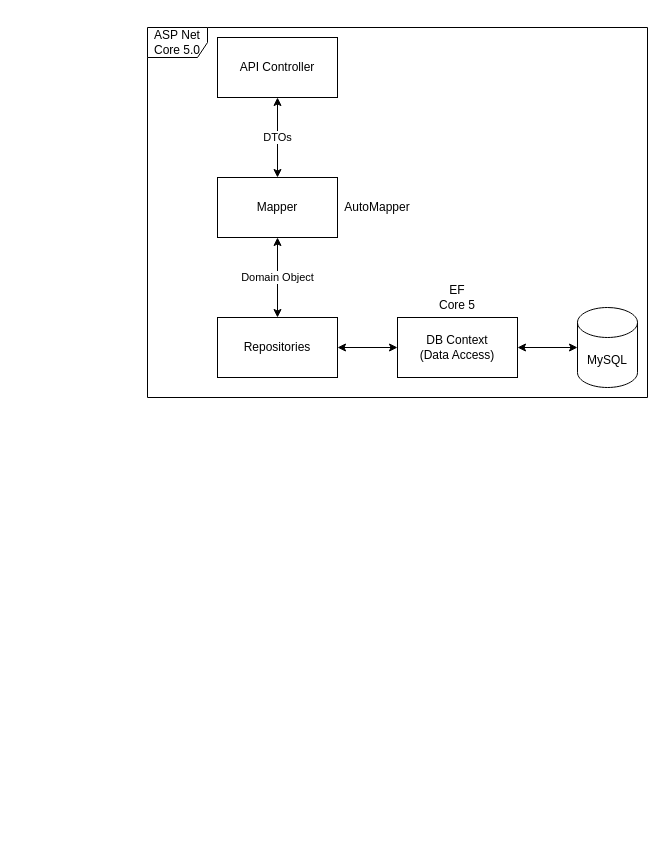
Earlier version of the draw.io diagram Diagram/Architecture Diagram.drawio (ryusu777/dodo-app). Source tidied: cells renumbered, new cells numbered last; positions are measured from the earlier drawing's top-left corner, leaving out a move shared by most shapes. Both pictures are drawn from the tidied source at 100%, with x=0, y=0 at pixel (147, 27).
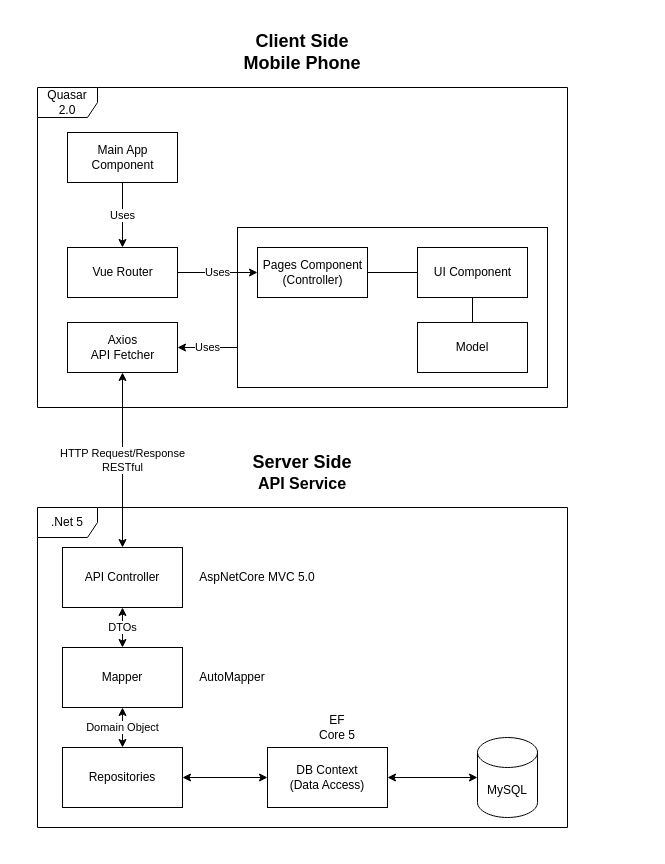
After the change.

Commit message (it also covers changes not shown here):
Diagram for assignment submission

What changed in the source:
```diff
@@
+    <mxCell id="14" style="rounded=0;whiteSpace=wrap;html=1;strokeColor=none;" parent="1" vertex="1">
+      <mxGeometry x="-130" y="-10" width="570" height="830" as="geometry" />
+    </mxCell>
+    <mxCell id="15" value="Quasar 2.0" style="shape=umlFrame;whiteSpace=wrap;html=1;" parent="1" vertex="1">
+      <mxGeometry x="-110" y="60" width="530" height="320" as="geometry" />
+    </mxCell>
+    <mxCell id="16" style="rounded=0;whiteSpace=wrap;html=1;" parent="1" vertex="1">
+      <mxGeometry x="90" y="200" width="310" height="160" as="geometry" />
+    </mxCell>
-    <mxCell id="2" value="ASP Net Core 5.0" style="shape=umlFrame;whiteSpace=wrap;html=1;" parent="1" vertex="1">
-      <mxGeometry width="500" height="370" as="geometry" />
+    <mxCell id="2" value=".Net 5" style="shape=umlFrame;whiteSpace=wrap;html=1;" parent="1" vertex="1">
+      <mxGeometry x="-110" y="480" width="530" height="320" as="geometry" />
     </mxCell>
     <mxCell id="3" value="API Controller" style="rounded=0;whiteSpace=wrap;html=1;" parent="1" vertex="1">
-      <mxGeometry x="70" y="10" width="120" height="60" as="geometry" />
+      <mxGeometry x="-85" y="520" width="120" height="60" as="geometry" />
     </mxCell>
     <mxCell id="4" value="Repositories" style="rounded=0;whiteSpace=wrap;html=1;" parent="1" vertex="1">
-      <mxGeometry x="70" y="290" width="120" height="60" as="geometry" />
+      <mxGeometry x="-85" y="720" width="120" height="60" as="geometry" />
     </mxCell>
     <mxCell id="5" value="DB Context&lt;br&gt;(Data Access)" style="rounded=0;whiteSpace=wrap;html=1;" parent="1" vertex="1">
-      <mxGeometry x="250" y="290" width="120" height="60" as="geometry" />
+      <mxGeometry x="120" y="720" width="120" height="60" as="geometry" />
     </mxCell>
     <mxCell id="6" value="MySQL" style="shape=cylinder3;whiteSpace=wrap;html=1;boundedLbl=1;backgroundOutline=1;size=15;" parent="1" vertex="1">
-      <mxGeometry x="430" y="280" width="60" height="80" as="geometry" />
+      <mxGeometry x="330" y="710" width="60" height="80" as="geometry" />
     </mxCell>
@@
     <mxCell id="9" value="Mapper" style="rounded=0;whiteSpace=wrap;html=1;" parent="1" vertex="1">
-      <mxGeometry x="70" y="150" width="120" height="60" as="geometry" />
+      <mxGeometry x="-85" y="620" width="120" height="60" as="geometry" />
     </mxCell>
@@
     <mxCell id="12" value="EF Core 5" style="text;html=1;strokeColor=none;fillColor=none;align=center;verticalAlign=middle;whiteSpace=wrap;rounded=0;" parent="1" vertex="1">
-      <mxGeometry x="290" y="260" width="40" height="20" as="geometry" />
+      <mxGeometry x="170" y="690" width="40" height="20" as="geometry" />
     </mxCell>
     <mxCell id="13" value="AutoMapper" style="text;html=1;strokeColor=none;fillColor=none;align=center;verticalAlign=middle;whiteSpace=wrap;rounded=0;" parent="1" vertex="1">
-      <mxGeometry x="210" y="170" width="40" height="20" as="geometry" />
+      <mxGeometry x="50" y="640" width="70" height="20" as="geometry" />
     </mxCell>
+    <mxCell id="17" value="AspNetCore MVC 5.0" style="text;html=1;strokeColor=none;fillColor=none;align=center;verticalAlign=middle;whiteSpace=wrap;rounded=0;" parent="1" vertex="1">
+      <mxGeometry x="50" y="540" width="120" height="20" as="geometry" />
+    </mxCell>
+    <mxCell id="18" value="Main App &lt;br&gt;Component" style="html=1;" parent="1" vertex="1">
+      <mxGeometry x="-80" y="105" width="110" height="50" as="geometry" />
+    </mxCell>
+    <mxCell id="19" value="Axios&lt;br&gt;API Fetcher" style="html=1;" parent="1" vertex="1">
+      <mxGeometry x="-80" y="295" width="110" height="50" as="geometry" />
+    </mxCell>
+    <mxCell id="20" value="Vue Router" style="html=1;" parent="1" vertex="1">
+      <mxGeometry x="-80" y="220" width="110" height="50" as="geometry" />
+    </mxCell>
+    <mxCell id="21" value="Pages Component&lt;br&gt;(Controller)" style="html=1;" parent="1" vertex="1">
+      <mxGeometry x="110" y="220" width="110" height="50" as="geometry" />
+    </mxCell>
+    <mxCell id="22" value="Uses" style="endArrow=classic;html=1;" parent="1" edge="1" source="18" target="20">
+      <mxGeometry relative="1" as="geometry" />
+    </mxCell>
+    <mxCell id="23" value="Uses" style="endArrow=classic;html=1;" parent="1" edge="1" source="20" target="21">
+      <mxGeometry relative="1" as="geometry" />
+    </mxCell>
+    <mxCell id="24" value="UI Component" style="html=1;" parent="1" vertex="1">
+      <mxGeometry x="270" y="220" width="110" height="50" as="geometry" />
+    </mxCell>
+    <mxCell id="25" value="Uses" style="endArrow=classic;html=1;exitX=0;exitY=0.75;exitDx=0;exitDy=0;" parent="1" edge="1" source="16" target="19">
+      <mxGeometry relative="1" as="geometry" />
+    </mxCell>
+    <mxCell id="26" value="Model" style="rounded=0;whiteSpace=wrap;html=1;" parent="1" vertex="1">
+      <mxGeometry x="270" y="295" width="110" height="50" as="geometry" />
+    </mxCell>
+    <mxCell id="27" style="endArrow=none;html=1;" parent="1" edge="1" source="21" target="24">
+      <mxGeometry relative="1" as="geometry" />
+    </mxCell>
+    <mxCell id="28" style="endArrow=none;html=1;" parent="1" edge="1" source="26" target="24">
+      <mxGeometry relative="1" as="geometry" />
+    </mxCell>
+    <mxCell id="29" value="&lt;b&gt;&lt;font style=&quot;font-size: 18px&quot;&gt;Client Side&lt;br&gt;Mobile Phone&lt;/font&gt;&lt;/b&gt;" style="text;html=1;strokeColor=none;fillColor=none;align=center;verticalAlign=middle;whiteSpace=wrap;rounded=0;" parent="1" vertex="1">
+      <mxGeometry x="90" y="10" width="130" height="30" as="geometry" />
+    </mxCell>
+    <mxCell id="30" value="&lt;span style=&quot;font-size: 18px&quot;&gt;&lt;b&gt;Server Side&lt;br&gt;&lt;/b&gt;&lt;/span&gt;&lt;font size=&quot;3&quot;&gt;&lt;b&gt;API Service&lt;/b&gt;&lt;/font&gt;" style="text;html=1;strokeColor=none;fillColor=none;align=center;verticalAlign=middle;whiteSpace=wrap;rounded=0;" parent="1" vertex="1">
+      <mxGeometry x="90" y="430" width="130" height="30" as="geometry" />
+    </mxCell>
+    <mxCell id="31" value="HTTP Request/Response&lt;br&gt;RESTful" style="endArrow=classic;startArrow=classic;html=1;" parent="1" edge="1" source="19" target="3">
+      <mxGeometry relative="1" as="geometry" />
+    </mxCell>
```
